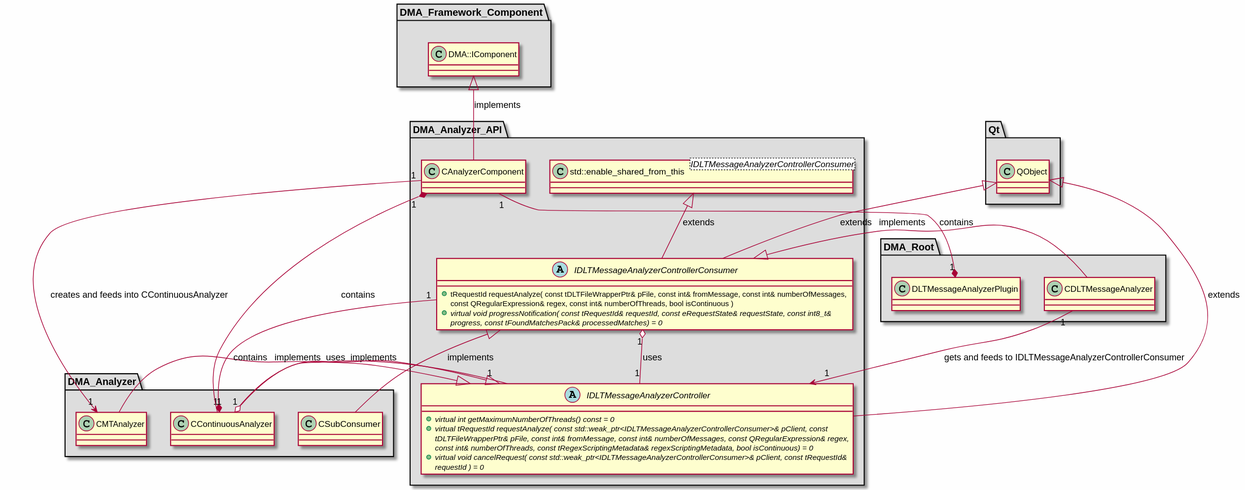
This is md/dev_docs/puml/DMA_Analyzer_API.svg from svlad-90/DLT-Message-Analyzer, a PlantUML export, as it was before one commit.
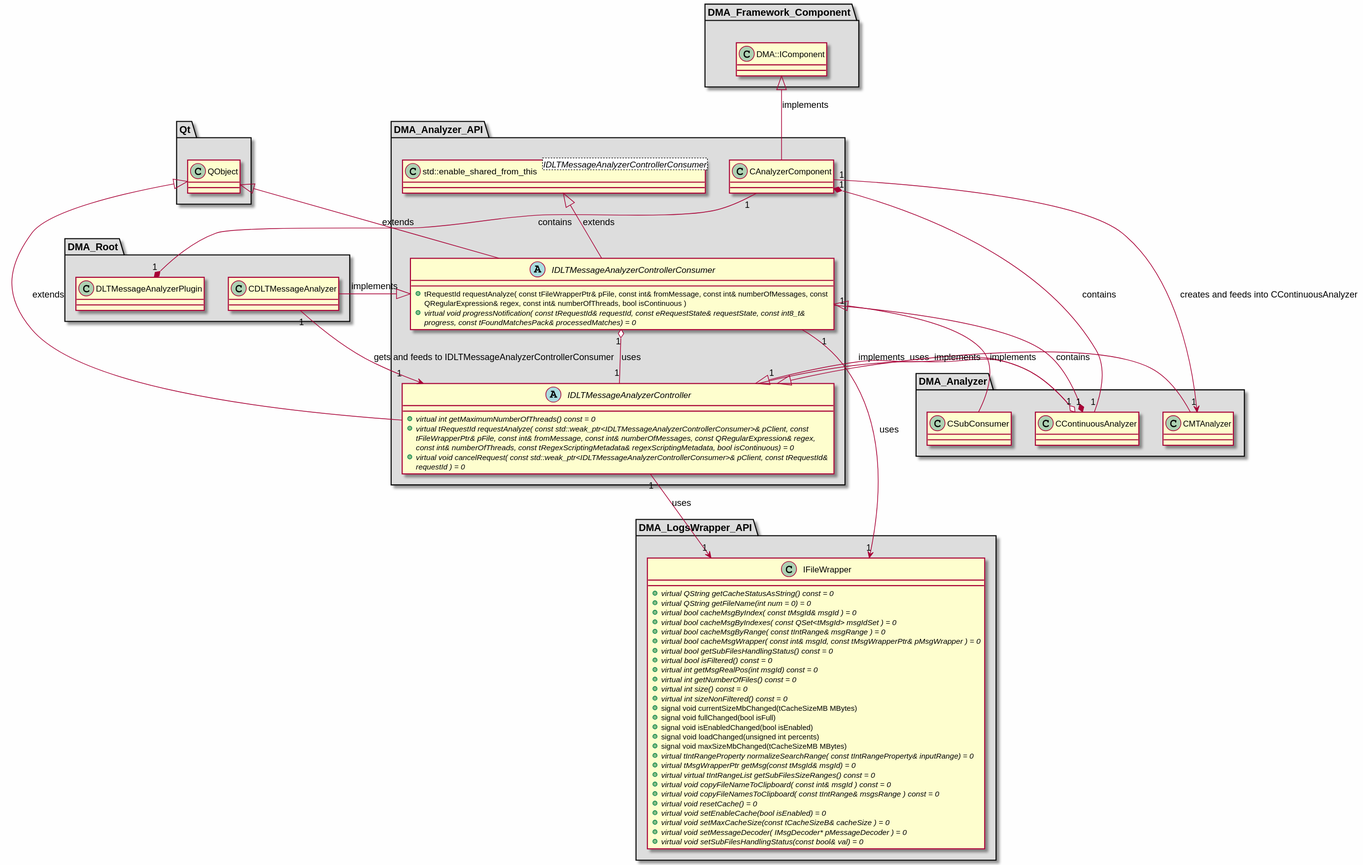
The same file after the commit.

Change to the diagram source:
```diff
@@ -29,13 +29,13 @@
 abstract class "IDLTMessageAnalyzerController"
 {
     + {abstract} virtual int getMaximumNumberOfThreads() const = 0
-    + {abstract} virtual tRequestId requestAnalyze( const std::weak_ptr<IDLTMessageAnalyzerControllerConsumer>& pClient, const tDLTFileWrapperPtr& pFile, const int& fromMessage, const int& numberOfMessages, const QRegularExpression& regex, const int& numberOfThreads, const tRegexScriptingMetadata& regexScriptingMetadata, bool isContinuous) = 0
+    + {abstract} virtual tRequestId requestAnalyze( const std::weak_ptr<IDLTMessageAnalyzerControllerConsumer>& pClient, const tFileWrapperPtr& pFile, const int& fromMessage, const int& numberOfMessages, const QRegularExpression& regex, const int& numberOfThreads, const tRegexScriptingMetadata& regexScriptingMetadata, bool isContinuous) = 0
     + {abstract} virtual void cancelRequest( const std::weak_ptr<IDLTMessageAnalyzerControllerConsumer>& pClient, const tRequestId& requestId ) = 0
 }
 
 abstract class "IDLTMessageAnalyzerControllerConsumer"
 {
-    + tRequestId requestAnalyze( const tDLTFileWrapperPtr& pFile, const int& fromMessage, const int& numberOfMessages, const QRegularExpression& regex, const int& numberOfThreads, bool isContinuous )
+    + tRequestId requestAnalyze( const tFileWrapperPtr& pFile, const int& fromMessage, const int& numberOfMessages, const QRegularExpression& regex, const int& numberOfThreads, bool isContinuous )
     + {abstract} virtual void progressNotification( const tRequestId& requestId, const eRequestState& requestState, const int8_t& progress, const tFoundMatchesPack& processedMatches) = 0
 }
 
@@ -50,6 +50,42 @@
 
 class "DMA::IComponent"
 {
+}
+
+}
+
+package "DMA_LogsWrapper_API" #DDDDDD
+{
+
+class "IFileWrapper"
+{
+    + {abstract} virtual QString getCacheStatusAsString() const = 0
+    + {abstract} virtual QString getFileName(int num = 0) = 0
+    + {abstract} virtual bool cacheMsgByIndex( const tMsgId& msgId ) = 0
+    + {abstract} virtual bool cacheMsgByIndexes( const QSet<tMsgId> msgIdSet ) = 0
+    + {abstract} virtual bool cacheMsgByRange( const tIntRange& msgRange ) = 0
+    + {abstract} virtual bool cacheMsgWrapper( const int& msgId, const tMsgWrapperPtr& pMsgWrapper ) = 0
+    + {abstract} virtual bool getSubFilesHandlingStatus() const = 0
+    + {abstract} virtual bool isFiltered() const = 0
+    + {abstract} virtual int getMsgRealPos(int msgId) const = 0
+    + {abstract} virtual int getNumberOfFiles() const = 0
+    + {abstract} virtual int size() const = 0
+    + {abstract} virtual int sizeNonFiltered() const = 0
+    + signal void currentSizeMbChanged(tCacheSizeMB MBytes)
+    + signal void fullChanged(bool isFull)
+    + signal void isEnabledChanged(bool isEnabled)
+    + signal void loadChanged(unsigned int percents)
+    + signal void maxSizeMbChanged(tCacheSizeMB MBytes)
+    + {abstract} virtual tIntRangeProperty normalizeSearchRange( const tIntRangeProperty& inputRange) = 0
+    + {abstract} virtual tMsgWrapperPtr getMsg(const tMsgId& msgId) = 0
+    + {abstract} virtual virtual tIntRangeList getSubFilesSizeRanges() const = 0
+    + {abstract} virtual void copyFileNameToClipboard( const int& msgId ) const = 0
+    + {abstract} virtual void copyFileNamesToClipboard( const tIntRange& msgsRange ) const = 0
+    + {abstract} virtual void resetCache() = 0
+    + {abstract} virtual void setEnableCache(bool isEnabled) = 0
+    + {abstract} virtual void setMaxCacheSize(const tCacheSizeB& cacheSize ) = 0
+    + {abstract} virtual void setMessageDecoder( IMsgDecoder* pMessageDecoder ) = 0
+    + {abstract} virtual void setSubFilesHandlingStatus(const bool& val) = 0
 }
 
 }
@@ -89,7 +125,9 @@
 CContinuousAnalyzer "1" *-- "1" IDLTMessageAnalyzerControllerConsumer : contains
 CAnalyzerComponent "1" *-- "1" CContinuousAnalyzer : contains
 CAnalyzerComponent "1" --> "1" CMTAnalyzer : creates and feeds into CContinuousAnalyzer
+IDLTMessageAnalyzerController "1" --> "1" IFileWrapper : uses
 IDLTMessageAnalyzerControllerConsumer "1" o-- "1" IDLTMessageAnalyzerController : uses
+IDLTMessageAnalyzerControllerConsumer "1" --> "1" IFileWrapper : uses
 CDLTMessageAnalyzer "1" --> "1" IDLTMessageAnalyzerController : gets and feeds to IDLTMessageAnalyzerControllerConsumer
 DLTMessageAnalyzerPlugin "1" *-- "1" CAnalyzerComponent : contains
 
```
